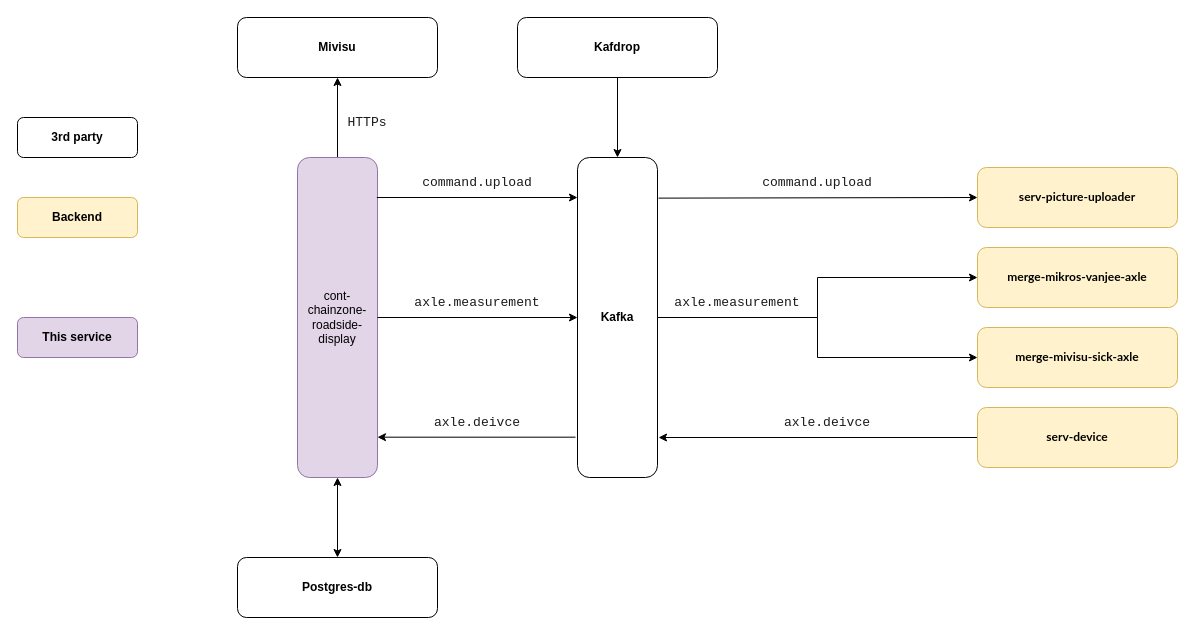
Before: Untitled Diagram.drawio in theshysadec98/diagram_weather, a draw.io diagram. Source tidied: cells renumbered, new cells numbered last; positions are measured from the earlier drawing's top-left corner, leaving out a move shared by most shapes. Both pictures are drawn from the tidied source at 100%, with x=0, y=0 at pixel (17, 17).
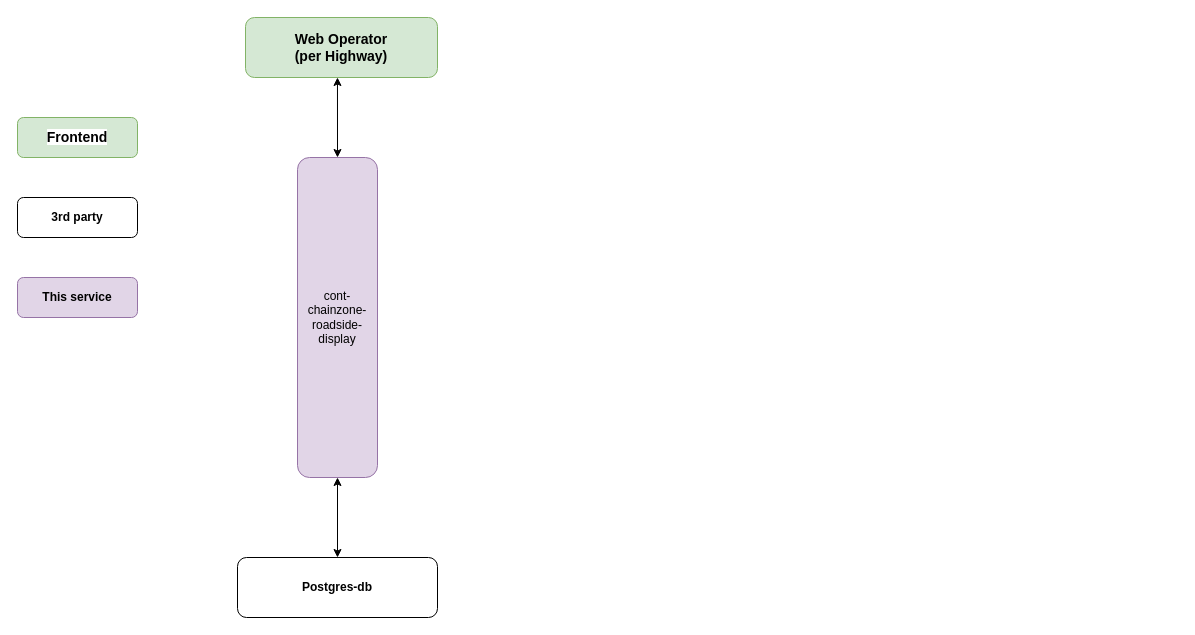
After the change.

The change refers to these unchanged cells:
```xml
<mxCell id="12" value="cont-chainzone-roadside-display" style="rounded=1;whiteSpace=wrap;html=1;fillColor=#e1d5e7;strokeColor=#9673a6;" parent="1" vertex="1">
  <mxGeometry x="280" y="140" width="80" height="320" as="geometry" />
</mxCell>
```

Change to the diagram source:
```diff
@@
-    <mxCell id="2" value="&lt;b&gt;Backend&lt;/b&gt;" style="rounded=1;whiteSpace=wrap;html=1;fillColor=#fff2cc;strokeColor=#d6b656;" parent="1" vertex="1">
-      <mxGeometry y="180" width="120" height="40" as="geometry" />
-    </mxCell>
     <mxCell id="3" value="&lt;b&gt;This service&lt;/b&gt;" style="rounded=1;whiteSpace=wrap;html=1;fillColor=#e1d5e7;strokeColor=#9673a6;" parent="1" vertex="1">
-      <mxGeometry y="300" width="120" height="40" as="geometry" />
+      <mxGeometry y="260" width="120" height="40" as="geometry" />
     </mxCell>
-    <mxCell id="4" value="&lt;b&gt;Kafdrop&lt;/b&gt;" style="rounded=1;whiteSpace=wrap;html=1;" parent="1" vertex="1">
-      <mxGeometry x="500" width="200" height="60" as="geometry" />
-    </mxCell>
-    <mxCell id="5" style="edgeStyle=orthogonalEdgeStyle;rounded=0;jettySize=auto;html=1;entryX=1;entryY=0.874;entryDx=0;entryDy=0;exitX=-0.025;exitY=0.874;exitDx=0;exitDy=0;exitPerimeter=0;entryPerimeter=0;" parent="1" edge="1" source="8" target="12">
-      <mxGeometry relative="1" as="geometry" />
-    </mxCell>
-    <mxCell id="6" style="edgeStyle=orthogonalEdgeStyle;rounded=0;jettySize=auto;html=1;entryX=0;entryY=0.5;entryDx=0;entryDy=0;" parent="1" edge="1" source="8" target="19">
-      <mxGeometry relative="1" as="geometry" />
-    </mxCell>
-    <mxCell id="7" style="edgeStyle=orthogonalEdgeStyle;rounded=0;jettySize=auto;html=1;entryX=0;entryY=0.5;entryDx=0;entryDy=0;" parent="1" edge="1" source="8" target="18">
-      <mxGeometry relative="1" as="geometry" />
-    </mxCell>
-    <mxCell id="8" value="&lt;b&gt;Kafka&lt;/b&gt;" style="rounded=1;whiteSpace=wrap;html=1;" parent="1" vertex="1">
-      <mxGeometry x="560" y="140" width="80" height="320" as="geometry" />
-    </mxCell>
-    <mxCell id="9" style="endArrow=classic;html=1;rounded=0;fontColor=#1A1A1A;entryX=0.5;entryY=0;entryDx=0;entryDy=0;" parent="1" edge="1" source="4" target="8">
-      <mxGeometry relative="1" as="geometry" />
-    </mxCell>
     <mxCell id="10" value="&lt;b&gt;3rd party&lt;/b&gt;" style="rounded=1;whiteSpace=wrap;html=1;" parent="1" vertex="1">
-      <mxGeometry y="100" width="120" height="40" as="geometry" />
+      <mxGeometry y="180" width="120" height="40" as="geometry" />
     </mxCell>
-    <mxCell id="11" style="edgeStyle=orthogonalEdgeStyle;rounded=0;jettySize=auto;html=1;entryX=0.5;entryY=1;entryDx=0;entryDy=0;" parent="1" edge="1" source="12" target="28">
-      <mxGeometry relative="1" as="geometry" />
-    </mxCell>
@@
-    <mxCell id="13" value="&lt;pre&gt;&lt;font face=&quot;jetbrains mono, monospace&quot; color=&quot;#1a1a1a&quot;&gt;&lt;span style=&quot;font-size: 13.0667px ; background-color: rgb(255 , 255 , 255)&quot;&gt;command.upload&lt;/span&gt;&lt;/font&gt;&lt;font color=&quot;#bbbbbb&quot; face=&quot;jetbrains mono, monospace&quot; style=&quot;background-color: rgb(40 , 44 , 52)&quot;&gt;&lt;span style=&quot;font-size: 9.8pt&quot;&gt;&lt;br&gt;&lt;/span&gt;&lt;/font&gt;&lt;/pre&gt;" style="text;html=1;strokeColor=none;fillColor=none;align=center;verticalAlign=middle;whiteSpace=wrap;rounded=0;" parent="1" vertex="1">
-      <mxGeometry x="370" y="150" width="180" height="30" as="geometry" />
-    </mxCell>
-    <mxCell id="14" value="&lt;span style=&quot;font-family: &amp;#34;lato&amp;#34; , &amp;#34;arial&amp;#34;&quot;&gt;&lt;b&gt;&lt;font style=&quot;font-size: 12px&quot;&gt;serv-picture-uploader&lt;/font&gt;&lt;/b&gt;&lt;/span&gt;" style="rounded=1;whiteSpace=wrap;html=1;fillColor=#fff2cc;strokeColor=#d6b656;" parent="1" vertex="1">
-      <mxGeometry x="960" y="150" width="200" height="60" as="geometry" />
-    </mxCell>
-    <mxCell id="15" style="edgeStyle=orthogonalEdgeStyle;rounded=0;jettySize=auto;html=1;entryX=1.013;entryY=0.875;entryDx=0;entryDy=0;entryPerimeter=0;" parent="1" edge="1" source="16" target="8">
-      <mxGeometry relative="1" as="geometry" />
-    </mxCell>
-    <mxCell id="16" value="&lt;span style=&quot;font-family: &amp;#34;lato&amp;#34; , &amp;#34;arial&amp;#34;&quot;&gt;&lt;b&gt;&lt;font style=&quot;font-size: 12px&quot;&gt;serv-device&lt;/font&gt;&lt;/b&gt;&lt;/span&gt;" style="rounded=1;whiteSpace=wrap;html=1;fillColor=#fff2cc;strokeColor=#d6b656;" parent="1" vertex="1">
-      <mxGeometry x="960" y="390" width="200" height="60" as="geometry" />
-    </mxCell>
-    <mxCell id="17" value="&lt;pre&gt;&lt;font face=&quot;jetbrains mono, monospace&quot; color=&quot;#1a1a1a&quot;&gt;&lt;span style=&quot;font-size: 13.0667px ; background-color: rgb(255 , 255 , 255)&quot;&gt;axle.measurement&lt;/span&gt;&lt;/font&gt;&lt;font color=&quot;#bbbbbb&quot; face=&quot;jetbrains mono, monospace&quot; style=&quot;background-color: rgb(40 , 44 , 52)&quot;&gt;&lt;span style=&quot;font-size: 9.8pt&quot;&gt;&lt;br&gt;&lt;/span&gt;&lt;/font&gt;&lt;/pre&gt;" style="text;html=1;strokeColor=none;fillColor=none;align=center;verticalAlign=middle;whiteSpace=wrap;rounded=0;" parent="1" vertex="1">
-      <mxGeometry x="370" y="270" width="180" height="30" as="geometry" />
-    </mxCell>
-    <mxCell id="18" value="&lt;span style=&quot;font-family: &amp;#34;lato&amp;#34; , &amp;#34;arial&amp;#34;&quot;&gt;&lt;b&gt;&lt;font style=&quot;font-size: 12px&quot;&gt;merge-mivisu-sick-axle&lt;/font&gt;&lt;/b&gt;&lt;/span&gt;" style="rounded=1;whiteSpace=wrap;html=1;fillColor=#fff2cc;strokeColor=#d6b656;" parent="1" vertex="1">
-      <mxGeometry x="960" y="310" width="200" height="60" as="geometry" />
-    </mxCell>
-    <mxCell id="19" value="&lt;span style=&quot;font-family: &amp;#34;lato&amp;#34; , &amp;#34;arial&amp;#34;&quot;&gt;&lt;b&gt;&lt;font style=&quot;font-size: 12px&quot;&gt;merge-mikros-vanjee-axle&lt;/font&gt;&lt;/b&gt;&lt;/span&gt;" style="rounded=1;whiteSpace=wrap;html=1;fillColor=#fff2cc;strokeColor=#d6b656;" parent="1" vertex="1">
-      <mxGeometry x="960" y="230" width="200" height="60" as="geometry" />
-    </mxCell>
-    <mxCell id="20" value="&lt;pre&gt;&lt;font face=&quot;jetbrains mono, monospace&quot; style=&quot;font-size: 13.0667px ; background-color: rgb(255 , 255 , 255)&quot; color=&quot;#1a1a1a&quot;&gt;axle.deivce&lt;/font&gt;&lt;/pre&gt;" style="text;html=1;strokeColor=none;fillColor=none;align=center;verticalAlign=middle;whiteSpace=wrap;rounded=0;" parent="1" vertex="1">
-      <mxGeometry x="370" y="390" width="180" height="30" as="geometry" />
-    </mxCell>
-    <mxCell id="21" style="endArrow=classic;html=1;rounded=0;exitX=0.992;exitY=0.125;exitDx=0;exitDy=0;exitPerimeter=0;entryX=0;entryY=0.125;entryDx=0;entryDy=0;entryPerimeter=0;" parent="1" edge="1" source="12" target="8">
-      <mxGeometry relative="1" as="geometry" />
-    </mxCell>
-    <mxCell id="22" style="endArrow=classic;html=1;rounded=0;exitX=1;exitY=0.5;exitDx=0;exitDy=0;entryX=0;entryY=0.5;entryDx=0;entryDy=0;" parent="1" edge="1" source="12" target="8">
-      <mxGeometry relative="1" as="geometry" />
-    </mxCell>
-    <mxCell id="23" style="endArrow=classic;html=1;rounded=0;exitX=1.013;exitY=0.127;exitDx=0;exitDy=0;exitPerimeter=0;entryX=0;entryY=0.5;entryDx=0;entryDy=0;" parent="1" edge="1" source="8" target="14">
-      <mxGeometry relative="1" as="geometry" />
-    </mxCell>
-    <mxCell id="24" value="&lt;pre&gt;&lt;font face=&quot;jetbrains mono, monospace&quot; color=&quot;#1a1a1a&quot;&gt;&lt;span style=&quot;font-size: 13.0667px ; background-color: rgb(255 , 255 , 255)&quot;&gt;command.upload&lt;/span&gt;&lt;/font&gt;&lt;font color=&quot;#bbbbbb&quot; face=&quot;jetbrains mono, monospace&quot; style=&quot;background-color: rgb(40 , 44 , 52)&quot;&gt;&lt;span style=&quot;font-size: 9.8pt&quot;&gt;&lt;br&gt;&lt;/span&gt;&lt;/font&gt;&lt;/pre&gt;" style="text;html=1;strokeColor=none;fillColor=none;align=center;verticalAlign=middle;whiteSpace=wrap;rounded=0;" parent="1" vertex="1">
-      <mxGeometry x="710" y="150" width="180" height="30" as="geometry" />
-    </mxCell>
-    <mxCell id="25" value="&lt;pre&gt;&lt;font face=&quot;jetbrains mono, monospace&quot; color=&quot;#1a1a1a&quot;&gt;&lt;span style=&quot;font-size: 13.0667px ; background-color: rgb(255 , 255 , 255)&quot;&gt;axle.measurement&lt;/span&gt;&lt;/font&gt;&lt;font color=&quot;#bbbbbb&quot; face=&quot;jetbrains mono, monospace&quot; style=&quot;background-color: rgb(40 , 44 , 52)&quot;&gt;&lt;span style=&quot;font-size: 9.8pt&quot;&gt;&lt;br&gt;&lt;/span&gt;&lt;/font&gt;&lt;/pre&gt;" style="text;html=1;strokeColor=none;fillColor=none;align=center;verticalAlign=middle;whiteSpace=wrap;rounded=0;" parent="1" vertex="1">
-      <mxGeometry x="630" y="270" width="180" height="30" as="geometry" />
-    </mxCell>
-    <mxCell id="26" value="&lt;pre&gt;&lt;font face=&quot;jetbrains mono, monospace&quot; style=&quot;font-size: 13.0667px ; background-color: rgb(255 , 255 , 255)&quot; color=&quot;#1a1a1a&quot;&gt;axle.deivce&lt;/font&gt;&lt;/pre&gt;" style="text;html=1;strokeColor=none;fillColor=none;align=center;verticalAlign=middle;whiteSpace=wrap;rounded=0;" parent="1" vertex="1">
-      <mxGeometry x="720" y="390" width="180" height="30" as="geometry" />
-    </mxCell>
@@
-    <mxCell id="28" value="&lt;b&gt;Mivisu&lt;/b&gt;" style="rounded=1;whiteSpace=wrap;html=1;" parent="1" vertex="1">
-      <mxGeometry x="220" width="200" height="60" as="geometry" />
-    </mxCell>
-    <mxCell id="29" value="&lt;pre&gt;&lt;font face=&quot;jetbrains mono, monospace&quot; color=&quot;#1a1a1a&quot;&gt;&lt;span style=&quot;font-size: 13.0667px ; background-color: rgb(255 , 255 , 255)&quot;&gt;HTTPs&lt;/span&gt;&lt;/font&gt;&lt;font color=&quot;#bbbbbb&quot; face=&quot;jetbrains mono, monospace&quot; style=&quot;background-color: rgb(40 , 44 , 52)&quot;&gt;&lt;span style=&quot;font-size: 9.8pt&quot;&gt;&lt;br&gt;&lt;/span&gt;&lt;/font&gt;&lt;/pre&gt;" style="text;html=1;strokeColor=none;fillColor=none;align=center;verticalAlign=middle;whiteSpace=wrap;rounded=0;" parent="1" vertex="1">
-      <mxGeometry x="260" y="90" width="180" height="30" as="geometry" />
-    </mxCell>
@@
+    <mxCell id="31" value="&lt;span style=&quot;font-size: 14px ; font-weight: 700 ; background-color: rgb(255 , 255 , 255)&quot;&gt;Frontend&lt;/span&gt;" style="rounded=1;whiteSpace=wrap;html=1;fillColor=#d5e8d4;strokeColor=#82b366;" parent="1" vertex="1">
+      <mxGeometry y="100" width="120" height="40" as="geometry" />
+    </mxCell>
+    <mxCell id="32" value="Web Operator&lt;br&gt;(per Highway)" style="rounded=1;whiteSpace=wrap;html=1;fontStyle=1;fontSize=14;fillColor=#d5e8d4;strokeColor=#82b366;" parent="1" vertex="1">
+      <mxGeometry x="228" width="192" height="60" as="geometry" />
+    </mxCell>
+    <mxCell id="33" style="endArrow=classic;startArrow=classic;html=1;rounded=0;exitX=0.5;exitY=0;exitDx=0;exitDy=0;entryX=0.479;entryY=1;entryDx=0;entryDy=0;entryPerimeter=0;" parent="1" edge="1" source="12" target="32">
+      <mxGeometry relative="1" as="geometry" />
+    </mxCell>
```
